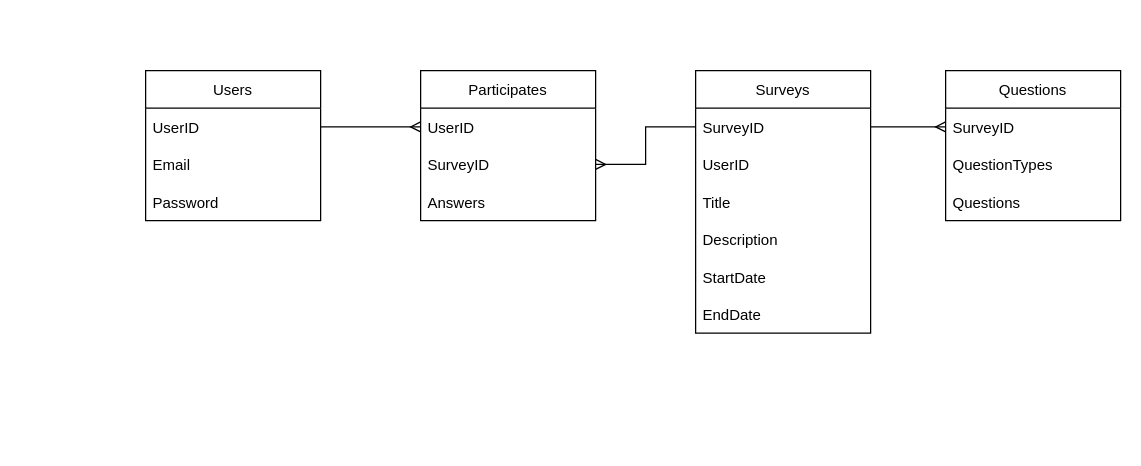
The draw.io diagram tables.drawio in mr-fretenborough/SurveyService, before the edit. Source tidied: cells renumbered, new cells numbered last; positions are measured from the earlier drawing's top-left corner, leaving out a move shared by most shapes. Both pictures are drawn from the tidied source at 125%, with x=0, y=0 at pixel (145, 70).
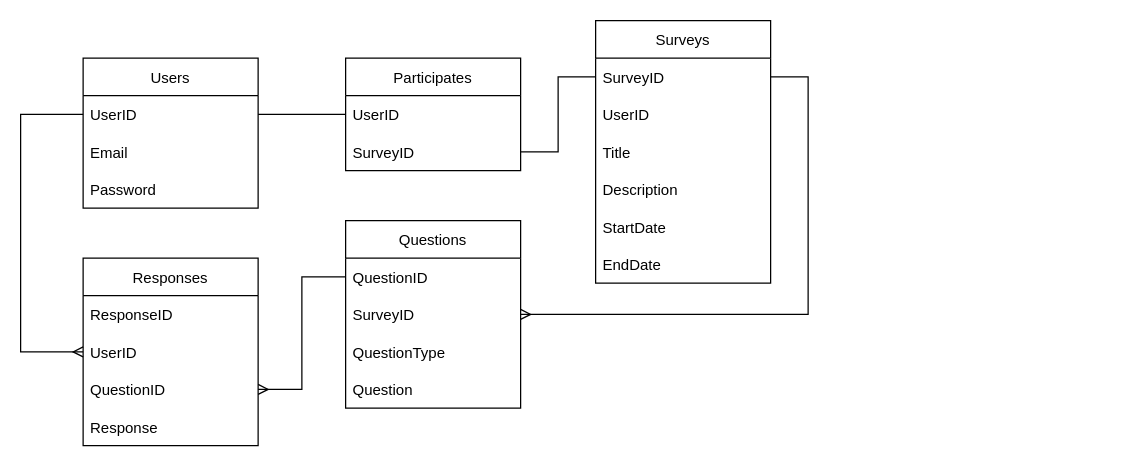
After the change.

Commit message (it also covers changes not shown here):
sql table defs and better graph org

The change refers to these unchanged cells:
```xml
<mxCell id="3" value="UserID" style="text;strokeColor=none;fillColor=none;align=left;verticalAlign=middle;spacingLeft=4;spacingRight=4;overflow=hidden;points=[[0,0.5],[1,0.5]];portConstraint=eastwest;" parent="2" vertex="1">
  <mxGeometry y="30" width="140" height="30" as="geometry" />
</mxCell>
<mxCell id="7" value="SurveyID" style="text;strokeColor=none;fillColor=none;align=left;verticalAlign=middle;spacingLeft=4;spacingRight=4;overflow=hidden;points=[[0,0.5],[1,0.5]];portConstraint=eastwest;" parent="6" vertex="1">
  <mxGeometry y="30" width="140" height="30" as="geometry" />
</mxCell>
```

Diff of the diagram source:
```diff
@@
     <mxCell id="2" value="Users" style="swimlane;fontStyle=0;horizontal=1;startSize=30;" parent="1" vertex="1">
-      <mxGeometry width="140" height="120" as="geometry" />
+      <mxGeometry x="-50" y="-10" width="140" height="120" as="geometry" />
     </mxCell>
@@
     <mxCell id="6" value="Surveys" style="swimlane;fontStyle=0;horizontal=1;startSize=30;" parent="1" vertex="1">
-      <mxGeometry x="440" width="140" height="210" as="geometry" />
+      <mxGeometry x="360" y="-40" width="140" height="210" as="geometry" />
     </mxCell>
@@
+    <mxCell id="17" value="Responses" style="swimlane;fontStyle=0;horizontal=1;startSize=30;" parent="1" vertex="1">
+      <mxGeometry x="-50" y="150" width="140" height="150" as="geometry" />
+    </mxCell>
+    <mxCell id="19" value="ResponseID" style="text;strokeColor=none;fillColor=none;align=left;verticalAlign=middle;spacingLeft=4;spacingRight=4;overflow=hidden;points=[[0,0.5],[1,0.5]];portConstraint=eastwest;" parent="17" vertex="1">
+      <mxGeometry y="30" width="140" height="30" as="geometry" />
+    </mxCell>
+    <mxCell id="18" value="UserID" style="text;strokeColor=none;fillColor=none;align=left;verticalAlign=middle;spacingLeft=4;spacingRight=4;overflow=hidden;points=[[0,0.5],[1,0.5]];portConstraint=eastwest;" parent="17" vertex="1">
+      <mxGeometry y="60" width="140" height="30" as="geometry" />
+    </mxCell>
+    <mxCell id="24" value="QuestionID" style="text;strokeColor=none;fillColor=none;align=left;verticalAlign=middle;spacingLeft=4;spacingRight=4;overflow=hidden;points=[[0,0.5],[1,0.5]];portConstraint=eastwest;" parent="17" vertex="1">
+      <mxGeometry y="90" width="140" height="30" as="geometry" />
+    </mxCell>
+    <mxCell id="20" value="Response" style="text;strokeColor=none;fillColor=none;align=left;verticalAlign=middle;spacingLeft=4;spacingRight=4;overflow=hidden;" parent="17" vertex="1">
+      <mxGeometry y="120" width="140" height="30" as="geometry" />
+    </mxCell>
     <mxCell id="13" value="Questions" style="swimlane;fontStyle=0;horizontal=1;startSize=30;" parent="1" vertex="1">
-      <mxGeometry x="640" width="140" height="120" as="geometry" />
+      <mxGeometry x="160" y="120" width="140" height="150" as="geometry" />
     </mxCell>
-    <mxCell id="14" value="SurveyID" style="text;strokeColor=none;fillColor=none;align=left;verticalAlign=middle;spacingLeft=4;spacingRight=4;overflow=hidden;points=[[0,0.5],[1,0.5]];portConstraint=eastwest;" parent="13" vertex="1">
-      <mxGeometry y="30" width="140" height="30" as="geometry" />
-    </mxCell>
-    <mxCell id="15" value="QuestionTypes" style="text;strokeColor=none;fillColor=none;align=left;verticalAlign=middle;spacingLeft=4;spacingRight=4;overflow=hidden;" parent="13" vertex="1">
-      <mxGeometry y="60" width="140" height="30" as="geometry" />
-    </mxCell>
-    <mxCell id="16" value="Questions" style="text;strokeColor=none;fillColor=none;align=left;verticalAlign=middle;spacingLeft=4;spacingRight=4;overflow=hidden;" parent="13" vertex="1">
-      <mxGeometry y="90" width="140" height="30" as="geometry" />
-    </mxCell>
-    <mxCell id="17" value="Participates" style="swimlane;fontStyle=0;horizontal=1;startSize=30;" parent="1" vertex="1">
-      <mxGeometry x="220" width="140" height="120" as="geometry" />
-    </mxCell>
-    <mxCell id="18" value="UserID" style="text;strokeColor=none;fillColor=none;align=left;verticalAlign=middle;spacingLeft=4;spacingRight=4;overflow=hidden;points=[[0,0.5],[1,0.5]];portConstraint=eastwest;" parent="17" vertex="1">
-      <mxGeometry y="30" width="140" height="30" as="geometry" />
-    </mxCell>
-    <mxCell id="19" value="SurveyID" style="text;strokeColor=none;fillColor=none;align=left;verticalAlign=middle;spacingLeft=4;spacingRight=4;overflow=hidden;points=[[0,0.5],[1,0.5]];portConstraint=eastwest;" parent="17" vertex="1">
-      <mxGeometry y="60" width="140" height="30" as="geometry" />
-    </mxCell>
-    <mxCell id="20" value="Answers" style="text;strokeColor=none;fillColor=none;align=left;verticalAlign=middle;spacingLeft=4;spacingRight=4;overflow=hidden;" parent="17" vertex="1">
-      <mxGeometry y="90" width="140" height="30" as="geometry" />
-    </mxCell>
+    <mxCell id="25" value="QuestionID" style="text;strokeColor=none;fillColor=none;align=left;verticalAlign=middle;spacingLeft=4;spacingRight=4;overflow=hidden;points=[[0,0.5],[1,0.5]];portConstraint=eastwest;" parent="13" vertex="1">
+      <mxGeometry y="30" width="140" height="30" as="geometry" />
+    </mxCell>
+    <mxCell id="26" value="SurveyID" style="text;strokeColor=none;fillColor=none;align=left;verticalAlign=middle;spacingLeft=4;spacingRight=4;overflow=hidden;points=[[0,0.5],[1,0.5]];portConstraint=eastwest;" parent="13" vertex="1">
+      <mxGeometry y="60" width="140" height="30" as="geometry" />
+    </mxCell>
+    <mxCell id="27" value="QuestionType" style="text;strokeColor=none;fillColor=none;align=left;verticalAlign=middle;spacingLeft=4;spacingRight=4;overflow=hidden;" parent="13" vertex="1">
+      <mxGeometry y="90" width="140" height="30" as="geometry" />
+    </mxCell>
+    <mxCell id="28" value="Question" style="text;strokeColor=none;fillColor=none;align=left;verticalAlign=middle;spacingLeft=4;spacingRight=4;overflow=hidden;" parent="13" vertex="1">
+      <mxGeometry y="120" width="140" height="30" as="geometry" />
+    </mxCell>
+    <mxCell id="29" style="edgeStyle=orthogonalEdgeStyle;rounded=0;html=1;exitX=1;exitY=0.5;exitDx=0;exitDy=0;entryX=0;entryY=0.5;entryDx=0;entryDy=0;startArrow=ERmany;startFill=0;endArrow=none;endFill=0;" parent="1" edge="1" source="24" target="25">
+      <mxGeometry relative="1" as="geometry" />
+    </mxCell>
+    <mxCell id="30" style="edgeStyle=orthogonalEdgeStyle;rounded=0;html=1;exitX=1;exitY=0.5;exitDx=0;exitDy=0;entryX=1;entryY=0.5;entryDx=0;entryDy=0;startArrow=none;startFill=0;endArrow=ERmany;endFill=0;" parent="1" edge="1" source="7" target="26">
+      <mxGeometry relative="1" as="geometry">
+        <Array as="points">
+          <mxPoint x="530" y="5" />
+          <mxPoint x="530" y="195" />
+        </Array>
+      </mxGeometry>
+    </mxCell>
-    <mxCell id="21" style="edgeStyle=none;html=1;exitX=1;exitY=0.5;exitDx=0;exitDy=0;entryX=0;entryY=0.5;entryDx=0;entryDy=0;endArrow=ERmany;endFill=0;" parent="1" edge="1" source="3" target="18">
-      <mxGeometry relative="1" as="geometry" />
+    <mxCell id="21" style="edgeStyle=orthogonalEdgeStyle;rounded=0;html=1;exitX=0;exitY=0.5;exitDx=0;exitDy=0;entryX=0;entryY=0.5;entryDx=0;entryDy=0;startArrow=none;startFill=0;endArrow=ERmany;endFill=0;" parent="1" edge="1" source="3" target="18">
+      <mxGeometry relative="1" as="geometry">
+        <Array as="points">
+          <mxPoint x="-100" y="35" />
+          <mxPoint x="-100" y="225" />
+        </Array>
+      </mxGeometry>
     </mxCell>
-    <mxCell id="22" style="edgeStyle=orthogonalEdgeStyle;html=1;exitX=1;exitY=0.5;exitDx=0;exitDy=0;entryX=0;entryY=0.5;entryDx=0;entryDy=0;rounded=0;endArrow=none;endFill=0;startArrow=ERmany;startFill=0;" parent="1" edge="1" source="19" target="7">
-      <mxGeometry relative="1" as="geometry" />
-    </mxCell>
-    <mxCell id="23" style="edgeStyle=orthogonalEdgeStyle;rounded=0;html=1;exitX=1;exitY=0.5;exitDx=0;exitDy=0;entryX=0;entryY=0.5;entryDx=0;entryDy=0;endArrow=ERmany;endFill=0;" parent="1" edge="1" source="7" target="14">
-      <mxGeometry relative="1" as="geometry" />
-    </mxCell>
+    <mxCell id="31" value="Participates" style="swimlane;fontStyle=0;horizontal=1;startSize=30;" parent="1" vertex="1">
+      <mxGeometry x="160" y="-10" width="140" height="90" as="geometry" />
+    </mxCell>
+    <mxCell id="32" value="UserID" style="text;strokeColor=none;fillColor=none;align=left;verticalAlign=middle;spacingLeft=4;spacingRight=4;overflow=hidden;points=[[0,0.5],[1,0.5]];portConstraint=eastwest;" parent="31" vertex="1">
+      <mxGeometry y="30" width="140" height="30" as="geometry" />
+    </mxCell>
+    <mxCell id="33" value="SurveyID" style="text;strokeColor=none;fillColor=none;align=left;verticalAlign=middle;spacingLeft=4;spacingRight=4;overflow=hidden;points=[[0,0.5],[1,0.5]];portConstraint=eastwest;" parent="31" vertex="1">
+      <mxGeometry y="60" width="140" height="30" as="geometry" />
+    </mxCell>
+    <mxCell id="34" style="edgeStyle=orthogonalEdgeStyle;rounded=0;html=1;exitX=1;exitY=0.5;exitDx=0;exitDy=0;entryX=0;entryY=0.5;entryDx=0;entryDy=0;startArrow=none;startFill=0;endArrow=none;endFill=0;" parent="1" edge="1" source="3" target="32">
+      <mxGeometry relative="1" as="geometry" />
+    </mxCell>
+    <mxCell id="35" style="edgeStyle=orthogonalEdgeStyle;rounded=0;html=1;exitX=1;exitY=0.5;exitDx=0;exitDy=0;entryX=0;entryY=0.5;entryDx=0;entryDy=0;startArrow=none;startFill=0;endArrow=none;endFill=0;" parent="1" edge="1" source="33" target="7">
+      <mxGeometry relative="1" as="geometry" />
+    </mxCell>
```
